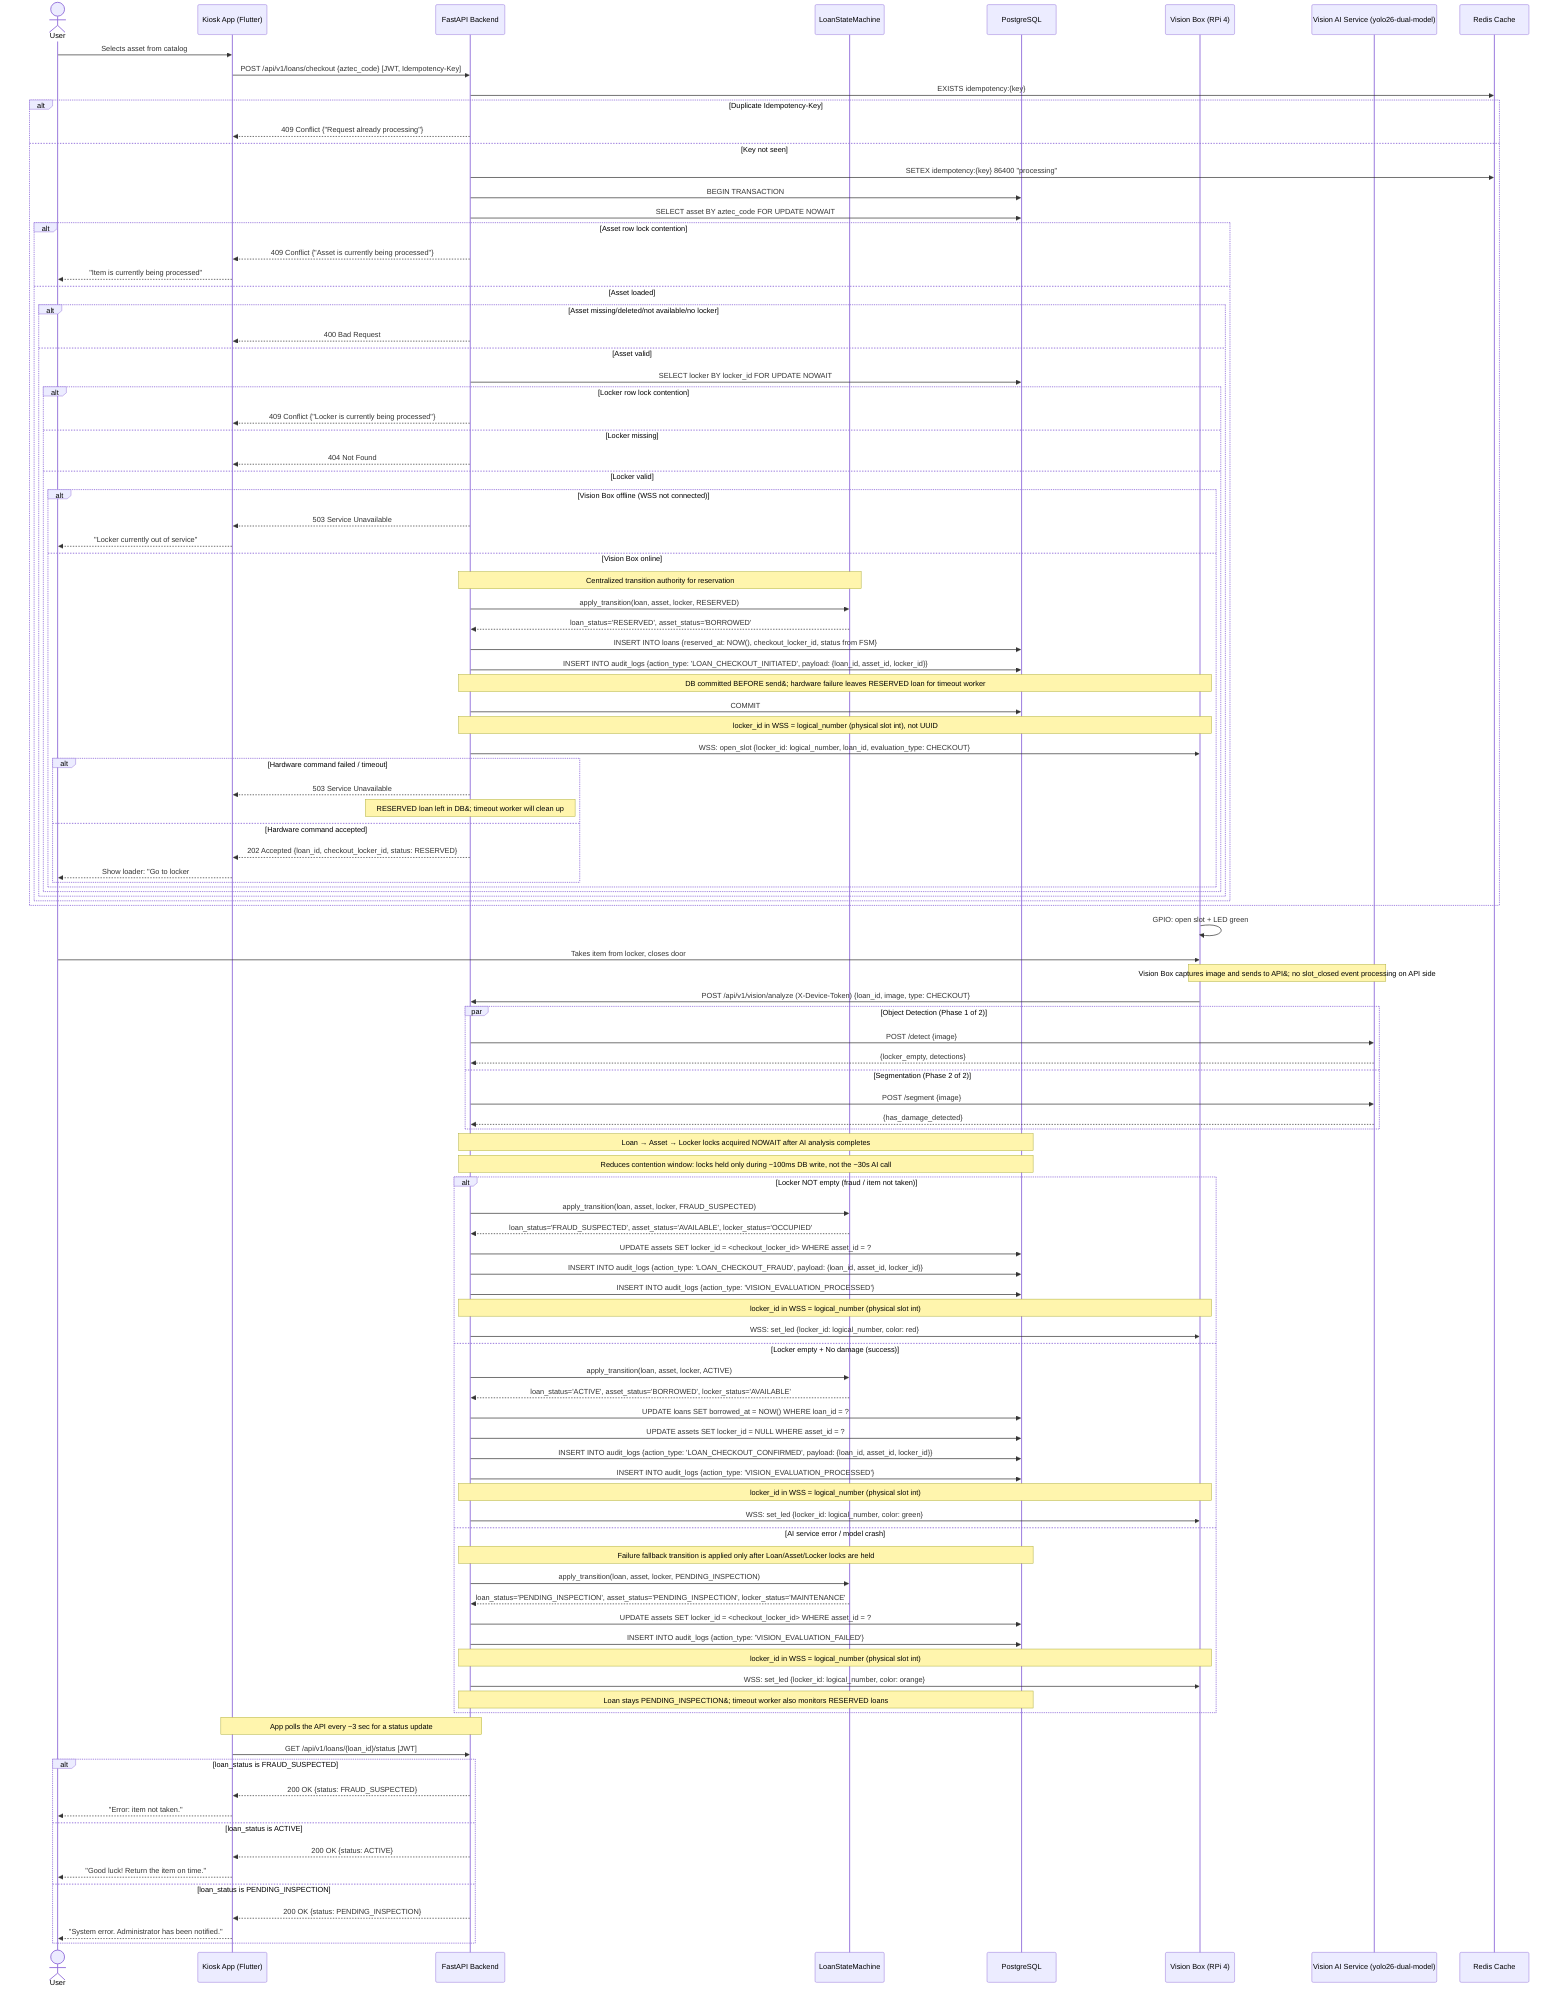
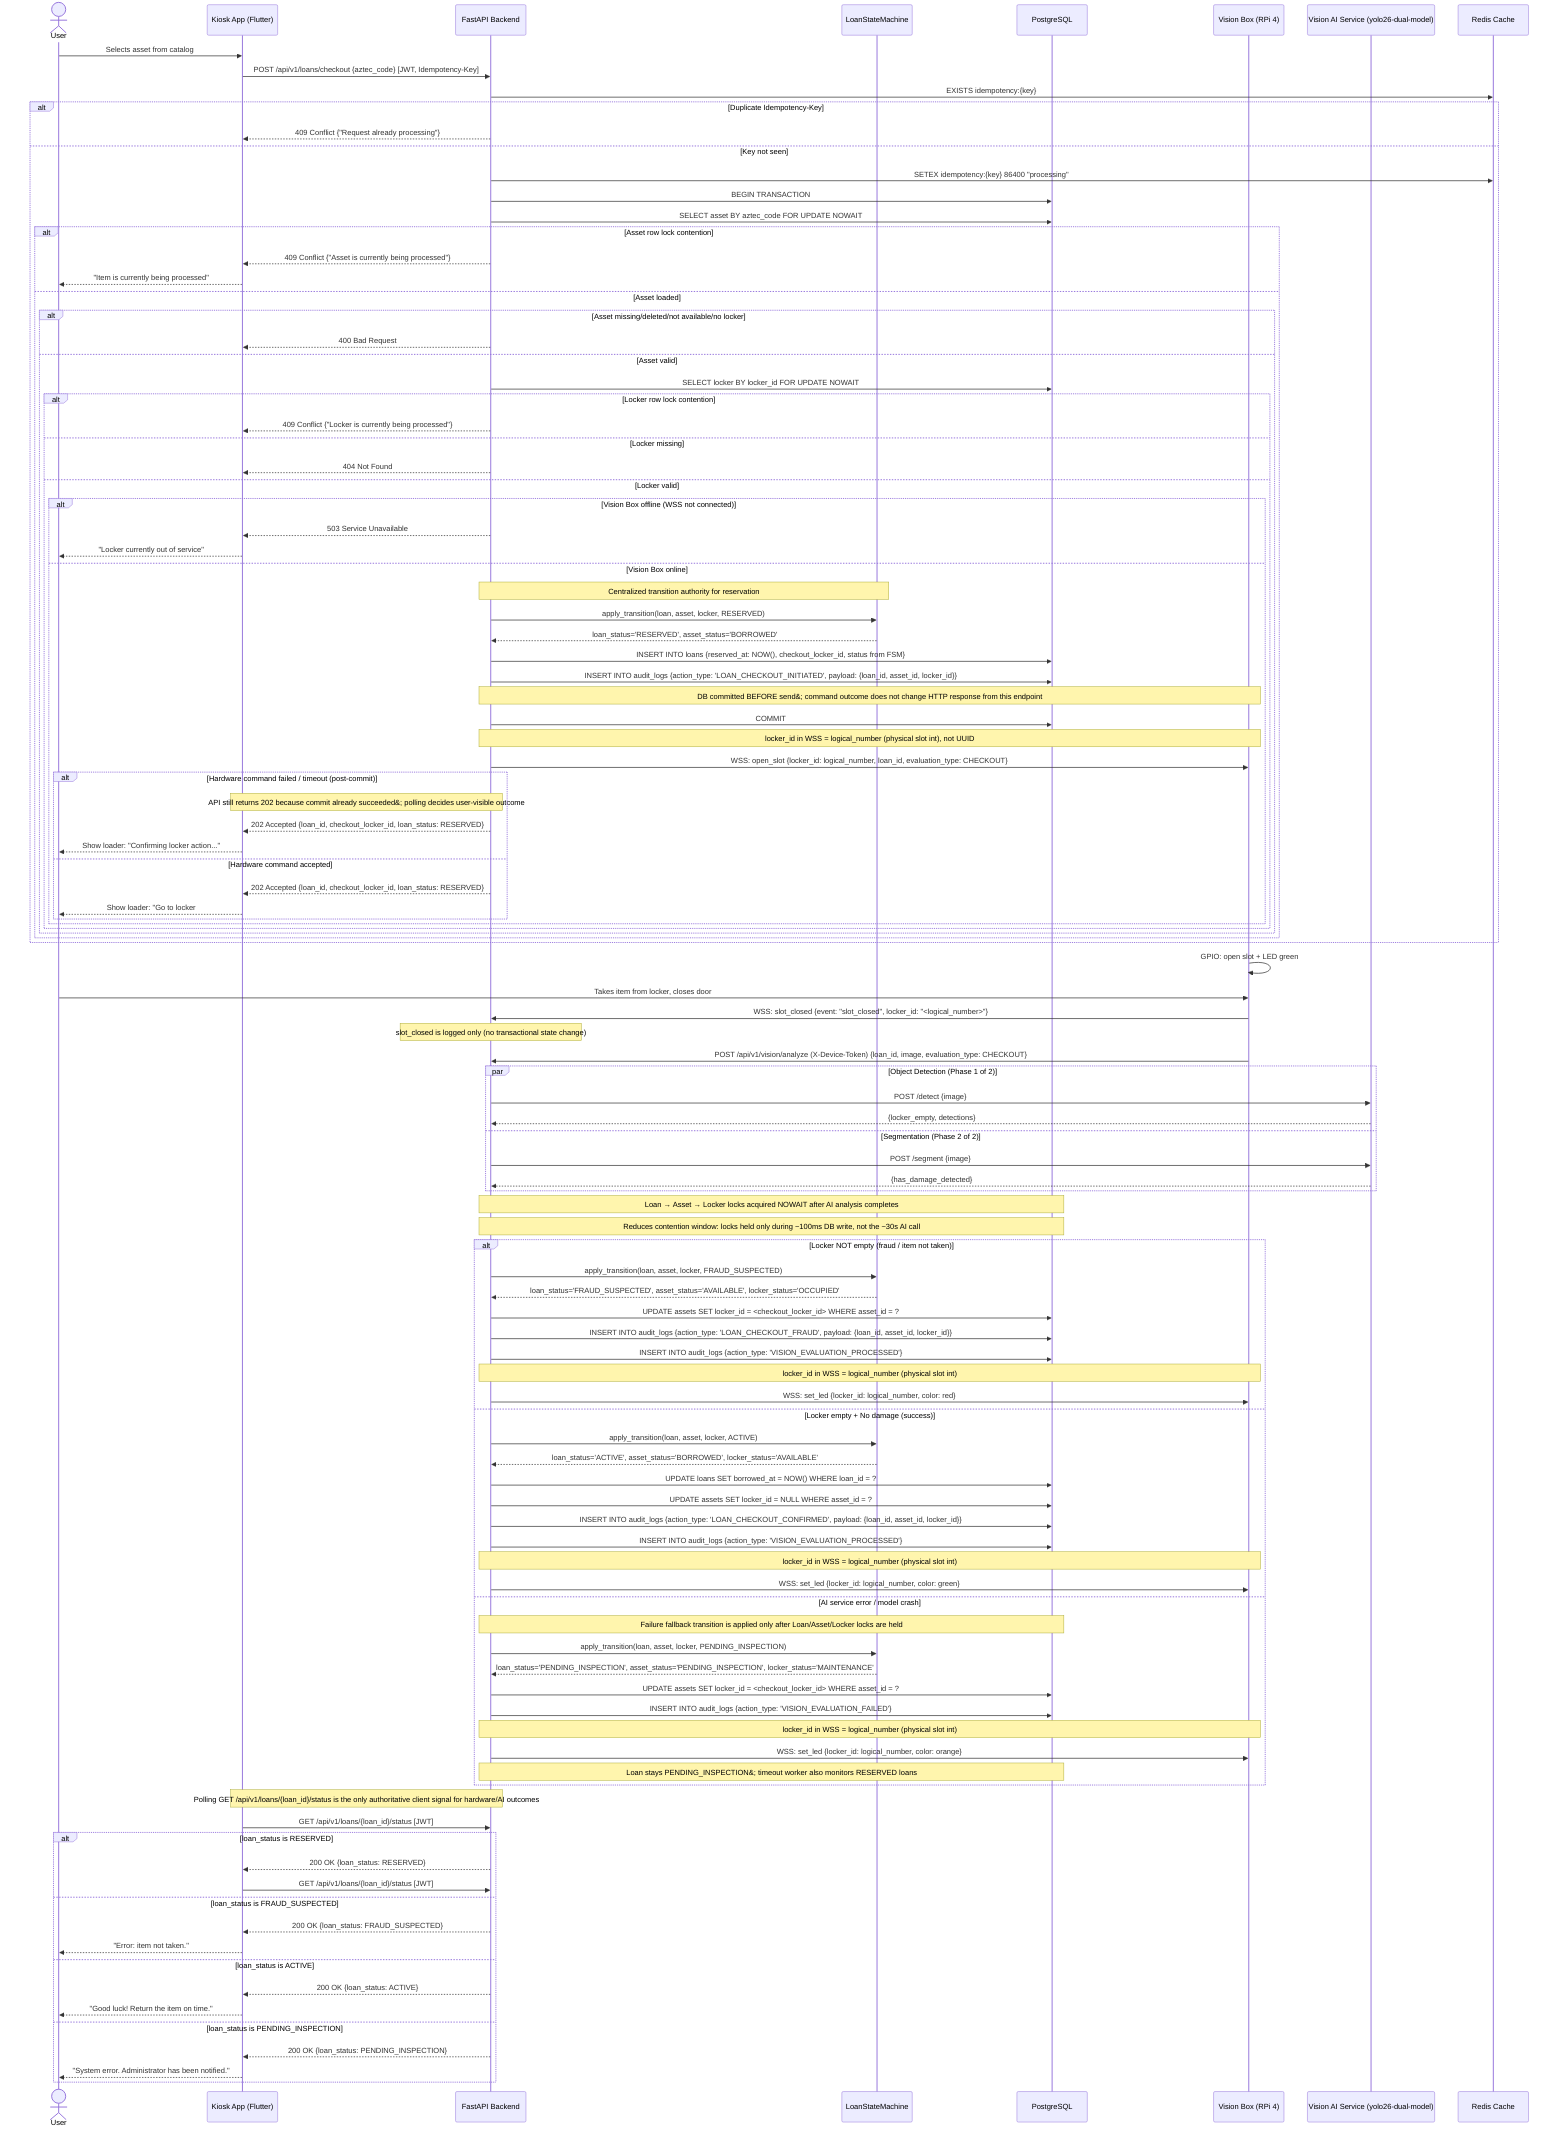
sequenceDiagram
    actor User as User
    participant App as Kiosk App (Flutter)
    participant API as FastAPI Backend
    participant FSM as LoanStateMachine
    participant DB as PostgreSQL
    participant VB as Vision Box (RPi 4)
    participant AI as Vision AI Service (yolo26-dual-model)
    participant Redis as Redis Cache

    User->>App: Selects asset from catalog
    App->>API: POST /api/v1/loans/checkout {aztec_code} [JWT, Idempotency-Key]

    API->>Redis: EXISTS idempotency:{key}
    alt Duplicate Idempotency-Key
        API-->>App: 409 Conflict {"Request already processing"}
    else Key not seen
        API->>Redis: SETEX idempotency:{key} 86400 "processing"

        %% Phase 1: Validate and reserve (row locks acquired NOWAIT)
        API->>DB: BEGIN TRANSACTION
        API->>DB: SELECT asset BY aztec_code FOR UPDATE NOWAIT

        alt Asset row lock contention
            API-->>App: 409 Conflict {"Asset is currently being processed"}
            App-->>User: "Item is currently being processed"
        else Asset loaded
            alt Asset missing/deleted/not available/no locker
                API-->>App: 400 Bad Request
            else Asset valid
                API->>DB: SELECT locker BY locker_id FOR UPDATE NOWAIT

                alt Locker row lock contention
                    API-->>App: 409 Conflict {"Locker is currently being processed"}
                else Locker missing
                    API-->>App: 404 Not Found
                else Locker valid
                    alt Vision Box offline (WSS not connected)
                        API-->>App: 503 Service Unavailable
                        App-->>User: "Locker currently out of service"
                    else Vision Box online
                        %% State mutations applied immediately
                        Note over API,FSM: Centralized transition authority for reservation
                        API->>FSM: apply_transition(loan, asset, locker, RESERVED)
                        FSM-->>API: loan_status='RESERVED', asset_status='BORROWED'
                        API->>DB: INSERT INTO loans {reserved_at: NOW(), checkout_locker_id, status from FSM}
                        API->>DB: INSERT INTO audit_logs {action_type: 'LOAN_CHECKOUT_INITIATED', payload: {loan_id, asset_id, locker_id}}

                        %% Hardware command sent AFTER DB commit
-                         Note over API,VB: DB committed BEFORE send&#59; hardware failure leaves RESERVED loan for timeout worker
+                         Note over API,VB: DB committed BEFORE send&#59; command outcome does not change HTTP response from this endpoint
                        API->>DB: COMMIT

                        Note over API,VB: locker_id in WSS = logical_number (physical slot int), not UUID
                        API->>VB: WSS: open_slot {locker_id: logical_number, loan_id, evaluation_type: CHECKOUT}

-                         alt Hardware command failed / timeout
-                             API-->>App: 503 Service Unavailable
-                             Note over API: RESERVED loan left in DB&#59; timeout worker will clean up
+                         alt Hardware command failed / timeout (post-commit)
+                             Note over API,App: API still returns 202 because commit already succeeded&#59; polling decides user-visible outcome
+                             API-->>App: 202 Accepted {loan_id, checkout_locker_id, loan_status: RESERVED}
+                             App-->>User: Show loader: "Confirming locker action..."
                        else Hardware command accepted
-                             API-->>App: 202 Accepted {loan_id, checkout_locker_id, status: RESERVED}
+                             API-->>App: 202 Accepted {loan_id, checkout_locker_id, loan_status: RESERVED}
                            App-->>User: Show loader: "Go to locker #N"
                        end
                    end
                end
            end
        end
    end

    VB->>VB: GPIO: open slot + LED green
    User->>VB: Takes item from locker, closes door
+     VB->>API: WSS: slot_closed {event: "slot_closed", locker_id: "<logical_number>"}
+     Note over API: slot_closed is logged only (no transactional state change)

    %% Vision Box triggers AI analysis (M2M, no JWT)
-     Note over VB,AI: Vision Box captures image and sends to API&#59; no slot_closed event processing on API side
-     VB->>API: POST /api/v1/vision/analyze (X-Device-Token) {loan_id, image, type: CHECKOUT}
+     VB->>API: POST /api/v1/vision/analyze (X-Device-Token) {loan_id, image, evaluation_type: CHECKOUT}

    %% Phase 2: Vision AI analysis (row locks acquired AFTER analysis)
    par Object Detection (Phase 1 of 2)
        API->>AI: POST /detect {image}
        AI-->>API: {locker_empty, detections}
    and Segmentation (Phase 2 of 2)
        API->>AI: POST /segment {image}
        AI-->>API: {has_damage_detected}
    end

    Note over API,DB: Loan → Asset → Locker locks acquired NOWAIT after AI analysis completes
    Note over API,DB: Reduces contention window: locks held only during ~100ms DB write, not the ~30s AI call

    alt Locker NOT empty (fraud / item not taken)
        API->>FSM: apply_transition(loan, asset, locker, FRAUD_SUSPECTED)
        FSM-->>API: loan_status='FRAUD_SUSPECTED', asset_status='AVAILABLE', locker_status='OCCUPIED'
        API->>DB: UPDATE assets SET locker_id = <checkout_locker_id> WHERE asset_id = ?
        API->>DB: INSERT INTO audit_logs {action_type: 'LOAN_CHECKOUT_FRAUD', payload: {loan_id, asset_id, locker_id}}
        API->>DB: INSERT INTO audit_logs {action_type: 'VISION_EVALUATION_PROCESSED'}
        Note over API,VB: locker_id in WSS = logical_number (physical slot int)
        API->>VB: WSS: set_led {locker_id: logical_number, color: red}
    else Locker empty + No damage (success)
        API->>FSM: apply_transition(loan, asset, locker, ACTIVE)
        FSM-->>API: loan_status='ACTIVE', asset_status='BORROWED', locker_status='AVAILABLE'
        API->>DB: UPDATE loans SET borrowed_at = NOW() WHERE loan_id = ?
        API->>DB: UPDATE assets SET locker_id = NULL WHERE asset_id = ?
        API->>DB: INSERT INTO audit_logs {action_type: 'LOAN_CHECKOUT_CONFIRMED', payload: {loan_id, asset_id, locker_id}}
        API->>DB: INSERT INTO audit_logs {action_type: 'VISION_EVALUATION_PROCESSED'}
        Note over API,VB: locker_id in WSS = logical_number (physical slot int)
        API->>VB: WSS: set_led {locker_id: logical_number, color: green}
    else AI service error / model crash
        Note over API,DB: Failure fallback transition is applied only after Loan/Asset/Locker locks are held
        API->>FSM: apply_transition(loan, asset, locker, PENDING_INSPECTION)
        FSM-->>API: loan_status='PENDING_INSPECTION', asset_status='PENDING_INSPECTION', locker_status='MAINTENANCE'
        API->>DB: UPDATE assets SET locker_id = <checkout_locker_id> WHERE asset_id = ?
        API->>DB: INSERT INTO audit_logs {action_type: 'VISION_EVALUATION_FAILED'}
        Note over API,VB: locker_id in WSS = logical_number (physical slot int)
        API->>VB: WSS: set_led {locker_id: logical_number, color: orange}
        Note over API,DB: Loan stays PENDING_INSPECTION&#59; timeout worker also monitors RESERVED loans
    end

-     Note over App,API: App polls the API every ~3 sec for a status update
+     Note over App,API: Polling GET /api/v1/loans/{loan_id}/status is the only authoritative client signal for hardware/AI outcomes
    App->>API: GET /api/v1/loans/{loan_id}/status [JWT]
-     alt loan_status is FRAUD_SUSPECTED
-         API-->>App: 200 OK {status: FRAUD_SUSPECTED}
+     alt loan_status is RESERVED
+         API-->>App: 200 OK {loan_status: RESERVED}
+         App->>API: GET /api/v1/loans/{loan_id}/status [JWT]
+     else loan_status is FRAUD_SUSPECTED
+         API-->>App: 200 OK {loan_status: FRAUD_SUSPECTED}
        App-->>User: "Error: item not taken."
    else loan_status is ACTIVE
-         API-->>App: 200 OK {status: ACTIVE}
+         API-->>App: 200 OK {loan_status: ACTIVE}
        App-->>User: "Good luck! Return the item on time."
    else loan_status is PENDING_INSPECTION
-         API-->>App: 200 OK {status: PENDING_INSPECTION}
+         API-->>App: 200 OK {loan_status: PENDING_INSPECTION}
        App-->>User: "System error. Administrator has been notified."
    end
